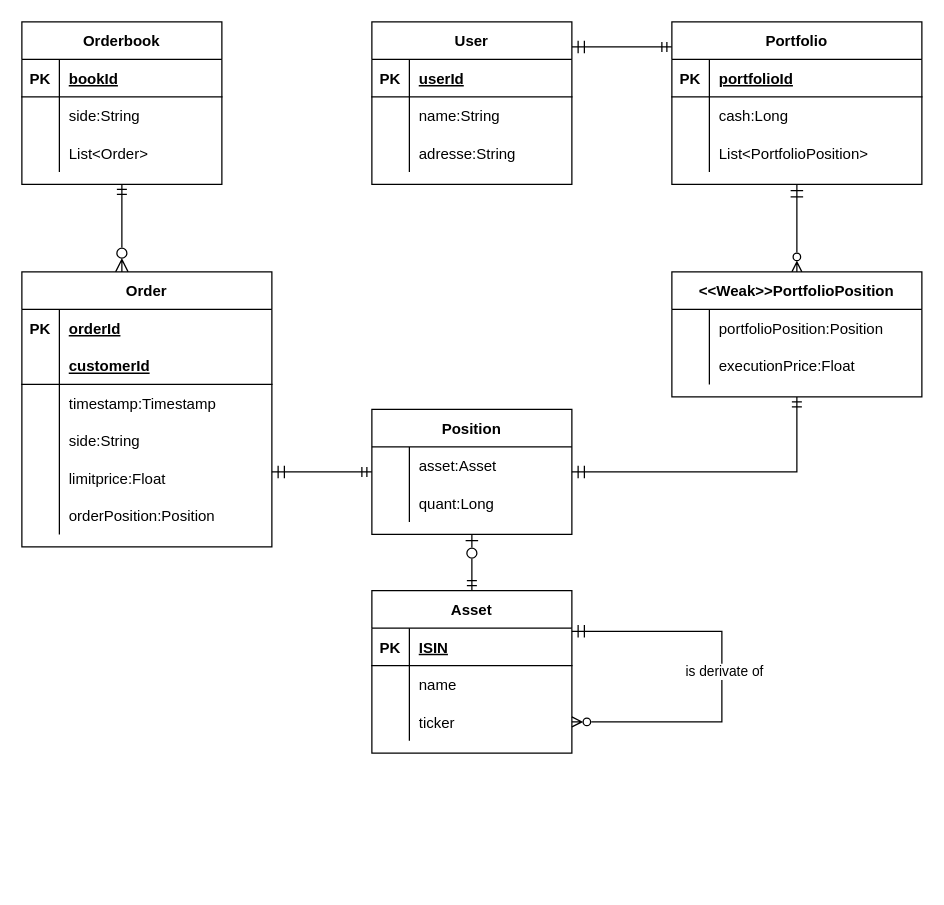
Earlier version of the draw.io diagram page "ER" (7 of 7) of Sequence.drawio (profoundspreadsheets/digitaleconomy). Source tidied: cells renumbered, new cells numbered last; positions are measured from the earlier drawing's top-left corner, leaving out a move shared by most shapes. Both pictures are drawn from the tidied source at 125%, with x=0, y=0 at pixel (21, 21).
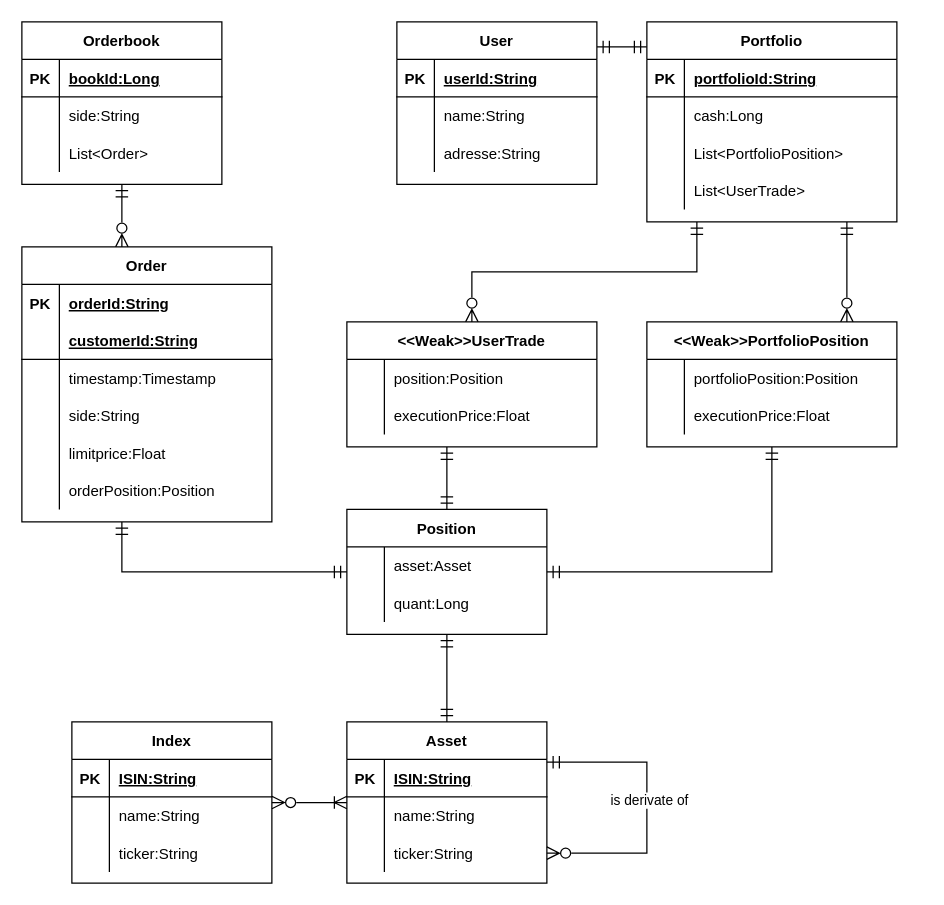
The same diagram, later.

The change refers to these unchanged cells:
```xml
<mxCell id="4" style="shape=partialRectangle;fillColor=none;top=0;left=0;bottom=0;right=0;" parent="3" vertex="1">
  <mxGeometry y="30" width="200" height="30" as="geometry" />
</mxCell>
<mxCell id="7" style="shape=partialRectangle;fillColor=none;top=0;left=0;bottom=1;right=0;" parent="3" vertex="1">
  <mxGeometry y="60" width="200" height="30" as="geometry" />
</mxCell>
<mxCell id="22" value="Orderbook" style="shape=table;startSize=30;childLayout=tableLayout;rowLines=0;fontStyle=1;align=center;" parent="1" vertex="1">
  <mxGeometry width="160" height="130" as="geometry" />
</mxCell>
<mxCell id="23" style="shape=partialRectangle;fillColor=none;top=0;left=0;bottom=1;right=0;" parent="22" vertex="1">
  <mxGeometry y="30" width="160" height="30" as="geometry" />
</mxCell>
<mxCell id="34" style="shape=partialRectangle;fillColor=none;top=0;left=0;bottom=1;right=0;" parent="33" vertex="1">
  <mxGeometry y="30" width="160" height="30" as="geometry" />
</mxCell>
<mxCell id="45" style="shape=partialRectangle;fillColor=none;top=0;left=0;bottom=1;right=0;" parent="44" vertex="1">
  <mxGeometry y="30" width="200" height="30" as="geometry" />
</mxCell>
<mxCell id="55" style="shape=partialRectangle;fillColor=none;top=0;left=0;bottom=1;right=0;" parent="54" vertex="1">
  <mxGeometry y="30" width="160" height="30" as="geometry" />
</mxCell>
<mxCell id="58" style="shape=partialRectangle;fillColor=none;top=0;left=0;bottom=0;right=0;" parent="54" vertex="1">
  <mxGeometry y="60" width="160" height="30" as="geometry" />
</mxCell>
<mxCell id="61" style="shape=partialRectangle;fillColor=none;top=0;left=0;bottom=0;right=0;points=[[0,0.5],[1,0.5]];portConstraint=eastwest;" parent="54" vertex="1">
  <mxGeometry y="90" width="160" height="30" as="geometry" />
</mxCell>
```

Diff of the diagram source:
```diff
@@
-    <mxCell id="2" style="edgeStyle=elbowEdgeStyle;rounded=0;jettySize=auto;html=1;startArrow=ERzeroToMany;startFill=0;endArrow=ERmandOne;endFill=0;startSize=8;" parent="1" edge="1" source="3" target="22">
+    <mxCell id="2" style="edgeStyle=elbowEdgeStyle;rounded=0;jettySize=auto;html=1;startArrow=ERzeroToMany;startFill=0;endArrow=ERmandOne;endFill=0;startSize=8;endSize=8;" parent="1" edge="1" source="3" target="22">
       <mxGeometry relative="1" as="geometry" />
     </mxCell>
     <mxCell id="3" value="Order" style="shape=table;startSize=30;childLayout=tableLayout;rowLines=0;fontStyle=1;align=center;" parent="1" vertex="1">
-      <mxGeometry y="200" width="200" height="220" as="geometry" />
+      <mxGeometry y="180" width="200" height="220" as="geometry" />
     </mxCell>
@@
-    <mxCell id="6" value="orderId" style="shape=partialRectangle;fillColor=none;top=0;left=0;bottom=0;right=0;align=left;spacingLeft=6;fontStyle=5;overflow=hidden;" parent="4" vertex="1">
+    <mxCell id="6" value="orderId:String" style="shape=partialRectangle;fillColor=none;top=0;left=0;bottom=0;right=0;align=left;spacingLeft=6;fontStyle=5;overflow=hidden;" parent="4" vertex="1">
       <mxGeometry x="30" width="170" height="30" as="geometry" />
     </mxCell>
@@
-    <mxCell id="9" value="customerId" style="shape=partialRectangle;fillColor=none;top=0;left=0;bottom=0;right=0;align=left;spacingLeft=6;fontStyle=5;overflow=hidden;" parent="7" vertex="1">
+    <mxCell id="9" value="customerId:String" style="shape=partialRectangle;fillColor=none;top=0;left=0;bottom=0;right=0;align=left;spacingLeft=6;fontStyle=5;overflow=hidden;" parent="7" vertex="1">
       <mxGeometry x="30" width="170" height="30" as="geometry" />
     </mxCell>
@@
-    <mxCell id="25" value="bookId" style="shape=partialRectangle;fillColor=none;top=0;left=0;bottom=0;right=0;align=left;spacingLeft=6;fontStyle=5;overflow=hidden;" parent="23" vertex="1">
+    <mxCell id="25" value="bookId:Long" style="shape=partialRectangle;fillColor=none;top=0;left=0;bottom=0;right=0;align=left;spacingLeft=6;fontStyle=5;overflow=hidden;" parent="23" vertex="1">
       <mxGeometry x="30" width="130" height="30" as="geometry" />
     </mxCell>
@@
-    <mxCell id="32" style="edgeStyle=elbowEdgeStyle;rounded=0;jettySize=auto;html=1;startArrow=ERmandOne;startFill=0;endArrow=ERmandOne;endFill=0;startSize=8;" parent="1" edge="1" source="33" target="44">
+    <mxCell id="32" style="edgeStyle=elbowEdgeStyle;rounded=0;jettySize=auto;html=1;startArrow=ERmandOne;startFill=0;endArrow=ERmandOne;endFill=0;startSize=8;endSize=8;" parent="1" edge="1" source="33" target="44">
       <mxGeometry relative="1" as="geometry">
         <Array as="points">
-          <mxPoint x="490" y="20" />
-          <mxPoint x="480" y="30" />
-          <mxPoint x="480" y="80" />
-          <mxPoint x="460" y="65" />
+          <mxPoint x="470" y="20" />
+          <mxPoint x="460" y="30" />
+          <mxPoint x="460" y="80" />
+          <mxPoint x="440" y="65" />
         </Array>
       </mxGeometry>
     </mxCell>
     <mxCell id="33" value="User" style="shape=table;startSize=30;childLayout=tableLayout;rowLines=0;fontStyle=1;align=center;" parent="1" vertex="1">
-      <mxGeometry x="280" width="160" height="130" as="geometry" />
+      <mxGeometry x="300" width="160" height="130" as="geometry" />
     </mxCell>
@@
-    <mxCell id="36" value="userId" style="shape=partialRectangle;fillColor=none;top=0;left=0;bottom=0;right=0;align=left;spacingLeft=6;fontStyle=5;overflow=hidden;" parent="34" vertex="1">
+    <mxCell id="36" value="userId:String" style="shape=partialRectangle;fillColor=none;top=0;left=0;bottom=0;right=0;align=left;spacingLeft=6;fontStyle=5;overflow=hidden;" parent="34" vertex="1">
       <mxGeometry x="30" width="130" height="30" as="geometry" />
     </mxCell>
@@
-    <mxCell id="43" style="edgeStyle=elbowEdgeStyle;rounded=0;jettySize=auto;html=1;startArrow=ERmandOne;startFill=0;endArrow=ERzeroToMany;endFill=0;startSize=8;" parent="1" edge="1" source="44" target="75">
+    <mxCell id="43" style="edgeStyle=elbowEdgeStyle;rounded=0;jettySize=auto;html=1;startArrow=ERmandOne;startFill=0;endArrow=ERzeroToMany;endFill=0;startSize=8;endSize=8;" parent="1" edge="1" source="44" target="75">
       <mxGeometry relative="1" as="geometry">
         <Array as="points">
-          <mxPoint x="620" y="180" />
-          <mxPoint x="625" y="160" />
-          <mxPoint x="640" y="180" />
+          <mxPoint x="660" y="210" />
+          <mxPoint x="600" y="260" />
+          <mxPoint x="605" y="240" />
+          <mxPoint x="620" y="260" />
         </Array>
       </mxGeometry>
     </mxCell>
+    <mxCell id="83" style="edgeStyle=elbowEdgeStyle;rounded=0;jettySize=auto;html=1;startArrow=ERmandOne;startFill=0;endArrow=ERzeroToMany;endFill=0;startSize=8;endSize=8;elbow=vertical;" parent="1" edge="1" source="44" target="88">
+      <mxGeometry relative="1" as="geometry">
+        <Array as="points">
+          <mxPoint x="540" y="200" />
+          <mxPoint x="470" y="200" />
+          <mxPoint x="540" y="190" />
+        </Array>
+      </mxGeometry>
+    </mxCell>
     <mxCell id="44" value="Portfolio" style="shape=table;startSize=30;childLayout=tableLayout;rowLines=0;fontStyle=1;align=center;" parent="1" vertex="1">
-      <mxGeometry x="520" width="200" height="130" as="geometry" />
+      <mxGeometry x="500" width="200" height="160" as="geometry" />
     </mxCell>
@@
-    <mxCell id="47" value="portfolioId" style="shape=partialRectangle;fillColor=none;top=0;left=0;bottom=0;right=0;align=left;spacingLeft=6;fontStyle=5;overflow=hidden;" parent="45" vertex="1">
+    <mxCell id="47" value="portfolioId:String" style="shape=partialRectangle;fillColor=none;top=0;left=0;bottom=0;right=0;align=left;spacingLeft=6;fontStyle=5;overflow=hidden;" parent="45" vertex="1">
       <mxGeometry x="30" width="170" height="30" as="geometry" />
     </mxCell>
@@
+    <mxCell id="84" style="shape=partialRectangle;fillColor=none;top=0;left=0;bottom=0;right=0;" parent="44" vertex="1">
+      <mxGeometry y="120" width="200" height="30" as="geometry" />
+    </mxCell>
+    <mxCell id="85" style="shape=partialRectangle;fillColor=none;top=0;left=0;bottom=0;right=0;overflow=hidden;" parent="84" vertex="1">
+      <mxGeometry width="30" height="30" as="geometry" />
+    </mxCell>
+    <mxCell id="86" value="List&lt;UserTrade&gt;" style="shape=partialRectangle;fillColor=none;top=0;left=0;bottom=0;right=0;align=left;spacingLeft=6;overflow=hidden;" parent="84" vertex="1">
+      <mxGeometry x="30" width="170" height="30" as="geometry" />
+    </mxCell>
     <mxCell id="54" value="Asset" style="shape=table;startSize=30;childLayout=tableLayout;rowLines=0;fontStyle=1;align=center;" parent="1" vertex="1">
-      <mxGeometry x="280" y="455" width="160" height="130" as="geometry" />
+      <mxGeometry x="260" y="560" width="160" height="129" as="geometry" />
     </mxCell>
@@
-    <mxCell id="57" value="ISIN" style="shape=partialRectangle;fillColor=none;top=0;left=0;bottom=0;right=0;align=left;spacingLeft=6;fontStyle=5;overflow=hidden;" parent="55" vertex="1">
+    <mxCell id="57" value="ISIN:String" style="shape=partialRectangle;fillColor=none;top=0;left=0;bottom=0;right=0;align=left;spacingLeft=6;fontStyle=5;overflow=hidden;" parent="55" vertex="1">
       <mxGeometry x="30" width="130" height="30" as="geometry" />
     </mxCell>
@@
-    <mxCell id="60" value="name" style="shape=partialRectangle;fillColor=none;top=0;left=0;bottom=0;right=0;align=left;spacingLeft=6;overflow=hidden;" parent="58" vertex="1">
+    <mxCell id="60" value="name:String" style="shape=partialRectangle;fillColor=none;top=0;left=0;bottom=0;right=0;align=left;spacingLeft=6;overflow=hidden;" parent="58" vertex="1">
       <mxGeometry x="30" width="130" height="30" as="geometry" />
     </mxCell>
@@
-    <mxCell id="63" value="ticker" style="shape=partialRectangle;fillColor=none;top=0;left=0;bottom=0;right=0;align=left;spacingLeft=6;overflow=hidden;" parent="61" vertex="1">
+    <mxCell id="63" value="ticker:String" style="shape=partialRectangle;fillColor=none;top=0;left=0;bottom=0;right=0;align=left;spacingLeft=6;overflow=hidden;" parent="61" vertex="1">
       <mxGeometry x="30" width="130" height="30" as="geometry" />
     </mxCell>
-    <mxCell id="64" style="edgeStyle=elbowEdgeStyle;rounded=0;jettySize=auto;html=1;startArrow=ERmandOne;startFill=0;endArrow=ERzeroToMany;endFill=0;startSize=8;exitX=1;exitY=0.25;exitDx=0;exitDy=0;entryX=1;entryY=0.5;entryDx=0;entryDy=0;" parent="54" edge="1" source="54" target="61">
+    <mxCell id="64" style="edgeStyle=elbowEdgeStyle;rounded=0;jettySize=auto;html=1;startArrow=ERmandOne;startFill=0;endArrow=ERzeroToMany;endFill=0;startSize=8;exitX=1;exitY=0.25;exitDx=0;exitDy=0;entryX=1;entryY=0.5;entryDx=0;entryDy=0;endSize=8;" parent="54" edge="1" source="54" target="61">
       <mxGeometry relative="1" as="geometry">
         <Array as="points">
+          <mxPoint x="240" y="85" />
           <mxPoint x="280" y="75" />
           <mxPoint x="240" y="65" />
         </Array>
       </mxGeometry>
     </mxCell>
@@
-    <mxCell id="66" style="edgeStyle=elbowEdgeStyle;rounded=0;jettySize=auto;html=1;startArrow=ERzeroToOne;startFill=0;endArrow=ERmandOne;endFill=0;startSize=8;" parent="1" edge="1" source="67" target="54">
+    <mxCell id="66" style="edgeStyle=elbowEdgeStyle;rounded=0;jettySize=auto;html=1;startArrow=ERmandOne;startFill=0;endArrow=ERmandOne;endFill=0;startSize=8;endSize=8;" parent="1" edge="1" source="67" target="54">
       <mxGeometry relative="1" as="geometry" />
     </mxCell>
     <mxCell id="67" value="Position" style="shape=table;startSize=30;childLayout=tableLayout;rowLines=0;fontStyle=1;align=center;" parent="1" vertex="1">
-      <mxGeometry x="280" y="310" width="160" height="100" as="geometry" />
+      <mxGeometry x="260" y="390" width="160" height="100" as="geometry" />
     </mxCell>
@@
-    <mxCell id="74" style="edgeStyle=elbowEdgeStyle;rounded=0;jettySize=auto;html=1;startArrow=ERmandOne;startFill=0;endArrow=ERmandOne;endFill=0;startSize=8;" parent="1" edge="1" source="3" target="67">
+    <mxCell id="74" style="edgeStyle=elbowEdgeStyle;rounded=0;jettySize=auto;html=1;startArrow=ERmandOne;startFill=0;endArrow=ERmandOne;endFill=0;startSize=8;endSize=8;" parent="1" edge="1" source="3" target="67">
       <mxGeometry relative="1" as="geometry">
         <Array as="points">
-          <mxPoint x="270" y="360" />
-          <mxPoint x="210" y="360" />
+          <mxPoint x="80" y="440" />
+          <mxPoint x="140" y="290" />
+          <mxPoint x="120" y="440" />
+          <mxPoint y="430" />
+          <mxPoint x="130" y="440" />
+          <mxPoint y="450" />
+          <mxPoint x="170" y="450" />
+          <mxPoint x="170" y="400" />
+          <mxPoint x="250" y="440" />
+          <mxPoint x="190" y="440" />
         </Array>
       </mxGeometry>
     </mxCell>
     <mxCell id="75" value="&lt;&lt;Weak&gt;&gt;PortfolioPosition" style="shape=table;startSize=30;childLayout=tableLayout;rowLines=0;fontStyle=1;align=center;" parent="1" vertex="1">
-      <mxGeometry x="520" y="200" width="200" height="100" as="geometry" />
+      <mxGeometry x="500" y="240" width="200" height="100" as="geometry" />
     </mxCell>
@@
-    <mxCell id="82" style="edgeStyle=elbowEdgeStyle;rounded=0;jettySize=auto;html=1;startArrow=ERmandOne;startFill=0;endArrow=ERmandOne;endFill=0;startSize=8;" parent="1" edge="1" source="67" target="75">
+    <mxCell id="82" style="edgeStyle=elbowEdgeStyle;rounded=0;jettySize=auto;html=1;startArrow=ERmandOne;startFill=0;endArrow=ERmandOne;endFill=0;startSize=8;endSize=8;" parent="1" edge="1" source="67" target="75">
       <mxGeometry relative="1" as="geometry">
         <Array as="points">
-          <mxPoint x="620" y="360" />
-          <mxPoint x="620" y="340" />
-          <mxPoint x="640" y="370" />
-          <mxPoint x="640" y="350" />
-          <mxPoint x="640" y="350" />
-          <mxPoint x="630" y="330" />
-          <mxPoint x="780" y="330" />
+          <mxPoint x="600" y="370" />
+          <mxPoint x="720" y="380" />
+          <mxPoint x="600" y="320" />
+          <mxPoint x="600" y="440" />
+          <mxPoint x="600" y="420" />
+          <mxPoint x="620" y="450" />
+          <mxPoint x="620" y="430" />
+          <mxPoint x="620" y="430" />
+          <mxPoint x="610" y="410" />
+          <mxPoint x="760" y="410" />
         </Array>
       </mxGeometry>
     </mxCell>
+    <mxCell id="87" style="edgeStyle=elbowEdgeStyle;rounded=0;jettySize=auto;html=1;startArrow=ERmandOne;startFill=0;endArrow=ERmandOne;endFill=0;startSize=8;endSize=8;" parent="1" edge="1" source="88" target="67">
+      <mxGeometry relative="1" as="geometry">
+        <Array as="points">
+          <mxPoint x="340" y="370" />
+        </Array>
+      </mxGeometry>
+    </mxCell>
+    <mxCell id="88" value="&lt;&lt;Weak&gt;&gt;UserTrade" style="shape=table;startSize=30;childLayout=tableLayout;rowLines=0;fontStyle=1;align=center;" parent="1" vertex="1">
+      <mxGeometry x="260" y="240" width="200" height="100" as="geometry" />
+    </mxCell>
+    <mxCell id="89" style="shape=partialRectangle;fillColor=none;top=0;left=0;bottom=0;right=0;" parent="88" vertex="1">
+      <mxGeometry y="30" width="200" height="30" as="geometry" />
+    </mxCell>
+    <mxCell id="90" style="shape=partialRectangle;fillColor=none;top=0;left=0;bottom=0;right=0;overflow=hidden;" parent="89" vertex="1">
+      <mxGeometry width="30" height="30" as="geometry" />
+    </mxCell>
+    <mxCell id="91" value="position:Position" style="shape=partialRectangle;fillColor=none;top=0;left=0;bottom=0;right=0;align=left;spacingLeft=6;overflow=hidden;" parent="89" vertex="1">
+      <mxGeometry x="30" width="170" height="30" as="geometry" />
+    </mxCell>
+    <mxCell id="92" style="shape=partialRectangle;fillColor=none;top=0;left=0;bottom=0;right=0;" parent="88" vertex="1">
+      <mxGeometry y="60" width="200" height="30" as="geometry" />
+    </mxCell>
+    <mxCell id="93" style="shape=partialRectangle;fillColor=none;top=0;left=0;bottom=0;right=0;overflow=hidden;" parent="92" vertex="1">
+      <mxGeometry width="30" height="30" as="geometry" />
+    </mxCell>
+    <mxCell id="94" value="executionPrice:Float" style="shape=partialRectangle;fillColor=none;top=0;left=0;bottom=0;right=0;align=left;spacingLeft=6;overflow=hidden;" parent="92" vertex="1">
+      <mxGeometry x="30" width="170" height="30" as="geometry" />
+    </mxCell>
+    <mxCell id="95" style="edgeStyle=elbowEdgeStyle;rounded=0;jettySize=auto;html=1;startArrow=ERzeroToMany;startFill=0;endArrow=ERoneToMany;endFill=0;startSize=8;endSize=8;" parent="1" edge="1" source="96" target="54">
+      <mxGeometry relative="1" as="geometry" />
+    </mxCell>
+    <mxCell id="96" value="Index" style="shape=table;startSize=30;childLayout=tableLayout;rowLines=0;fontStyle=1;align=center;" parent="1" vertex="1">
+      <mxGeometry x="40" y="560" width="160" height="129" as="geometry" />
+    </mxCell>
+    <mxCell id="97" style="shape=partialRectangle;fillColor=none;top=0;left=0;bottom=1;right=0;" parent="96" vertex="1">
+      <mxGeometry y="30" width="160" height="30" as="geometry" />
+    </mxCell>
+    <mxCell id="98" value="PK" style="shape=partialRectangle;fillColor=none;top=0;left=0;bottom=0;right=0;fontStyle=1;overflow=hidden;" parent="97" vertex="1">
+      <mxGeometry width="30" height="30" as="geometry" />
+    </mxCell>
+    <mxCell id="99" value="ISIN:String" style="shape=partialRectangle;fillColor=none;top=0;left=0;bottom=0;right=0;align=left;spacingLeft=6;fontStyle=5;overflow=hidden;" parent="97" vertex="1">
+      <mxGeometry x="30" width="130" height="30" as="geometry" />
+    </mxCell>
+    <mxCell id="100" style="shape=partialRectangle;fillColor=none;top=0;left=0;bottom=0;right=0;" parent="96" vertex="1">
+      <mxGeometry y="60" width="160" height="30" as="geometry" />
+    </mxCell>
+    <mxCell id="101" style="shape=partialRectangle;fillColor=none;top=0;left=0;bottom=0;right=0;overflow=hidden;" parent="100" vertex="1">
+      <mxGeometry width="30" height="30" as="geometry" />
+    </mxCell>
+    <mxCell id="102" value="name:String" style="shape=partialRectangle;fillColor=none;top=0;left=0;bottom=0;right=0;align=left;spacingLeft=6;overflow=hidden;" parent="100" vertex="1">
+      <mxGeometry x="30" width="130" height="30" as="geometry" />
+    </mxCell>
+    <mxCell id="103" style="shape=partialRectangle;fillColor=none;top=0;left=0;bottom=0;right=0;" parent="96" vertex="1">
+      <mxGeometry y="90" width="160" height="30" as="geometry" />
+    </mxCell>
+    <mxCell id="104" style="shape=partialRectangle;fillColor=none;top=0;left=0;bottom=0;right=0;overflow=hidden;" parent="103" vertex="1">
+      <mxGeometry width="30" height="30" as="geometry" />
+    </mxCell>
+    <mxCell id="105" value="ticker:String" style="shape=partialRectangle;fillColor=none;top=0;left=0;bottom=0;right=0;align=left;spacingLeft=6;overflow=hidden;" parent="103" vertex="1">
+      <mxGeometry x="30" width="130" height="30" as="geometry" />
+    </mxCell>
```
